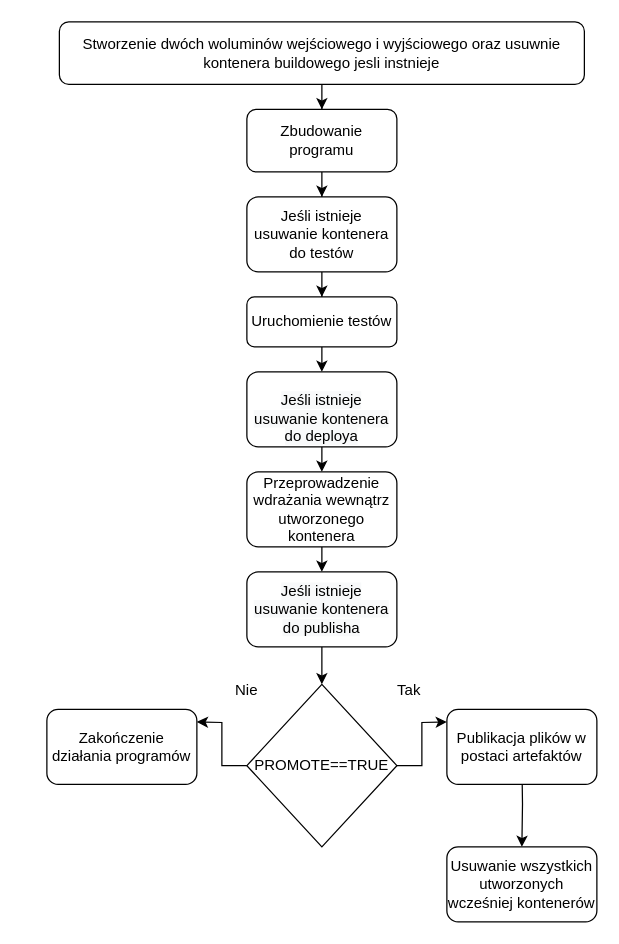
dominikalazarowicz/MDO2022_S keeps this draw.io diagram as ITE/GCL06/KN401526/Lab05/Kacper_Nosarzewski_lab05_diagram.drawio. Above is the earlier version. Source tidied: cells renumbered, new cells numbered last; positions are measured from the earlier drawing's top-left corner, leaving out a move shared by most shapes. Both pictures are drawn from the tidied source at 125%, with x=0, y=0 at pixel (46, 21).
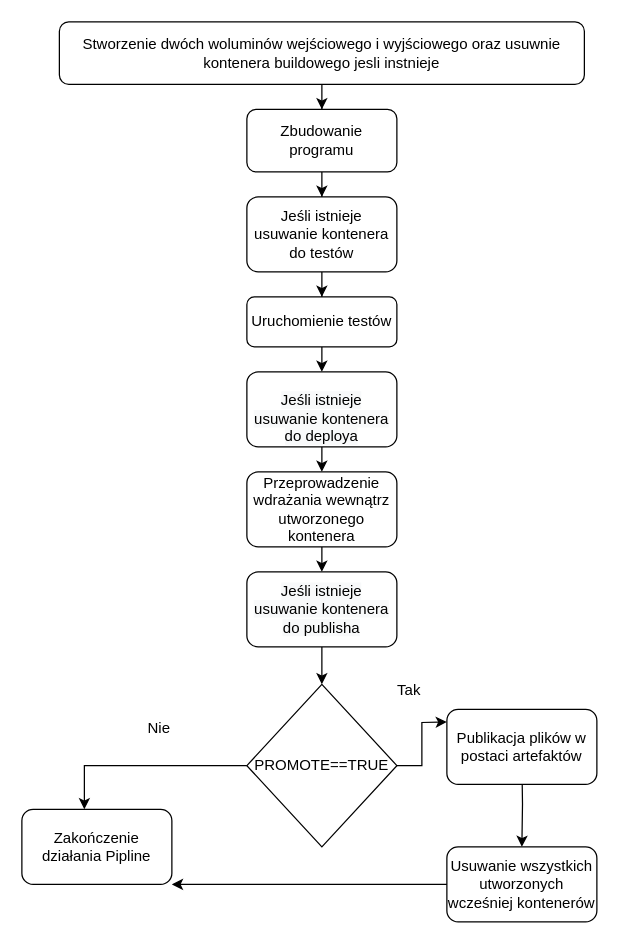
After the change.

The change refers to these unchanged cells:
```xml
<mxCell id="15" value="PROMOTE==TRUE" style="rhombus;whiteSpace=wrap;html=1;" parent="1" vertex="1">
  <mxGeometry x="160" y="530" width="120" height="130" as="geometry" />
</mxCell>
<mxCell id="22" value="Usuwanie wszystkich utworzonych wcześniej kontenerów" style="rounded=1;whiteSpace=wrap;html=1;" parent="1" vertex="1">
  <mxGeometry x="320" y="660" width="120" height="60" as="geometry" />
</mxCell>
```

What changed in the source:
```diff
@@
-    <mxCell id="14" style="edgeStyle=orthogonalEdgeStyle;rounded=0;jettySize=auto;html=1;" parent="1" edge="1" source="15">
-      <mxGeometry relative="1" as="geometry">
-        <mxPoint x="120" y="560" as="targetPoint" />
-      </mxGeometry>
-    </mxCell>
@@
     <mxCell id="18" value="Nie" style="text;html=1;strokeColor=none;fillColor=none;align=center;verticalAlign=middle;whiteSpace=wrap;rounded=0;" parent="1" vertex="1">
-      <mxGeometry x="130" y="520" width="60" height="30" as="geometry" />
+      <mxGeometry x="60" y="550" width="60" height="30" as="geometry" />
     </mxCell>
@@
-    <mxCell id="24" value="&lt;span style=&quot;&quot;&gt;Zakończenie działania programów&lt;/span&gt;" style="rounded=1;whiteSpace=wrap;html=1;" parent="1" vertex="1">
-      <mxGeometry y="550" width="120" height="60" as="geometry" />
+    <mxCell id="24" value="&lt;span style=&quot;&quot;&gt;Zakończenie działania Pipline&lt;/span&gt;" style="rounded=1;whiteSpace=wrap;html=1;" parent="1" vertex="1">
+      <mxGeometry x="-20" y="630" width="120" height="60" as="geometry" />
     </mxCell>
+    <mxCell id="25" style="endArrow=classic;html=1;rounded=0;exitX=0;exitY=0.5;exitDx=0;exitDy=0;entryX=1;entryY=1;entryDx=0;entryDy=0;" parent="1" edge="1" source="22" target="24">
+      <mxGeometry relative="1" as="geometry" />
+    </mxCell>
+    <mxCell id="26" style="endArrow=classic;html=1;rounded=0;exitX=0;exitY=0.5;exitDx=0;exitDy=0;" parent="1" edge="1" source="15">
+      <mxGeometry relative="1" as="geometry">
+        <mxPoint x="30" y="630" as="targetPoint" />
+        <Array as="points">
+          <mxPoint x="30" y="595" />
+        </Array>
+      </mxGeometry>
+    </mxCell>
```
